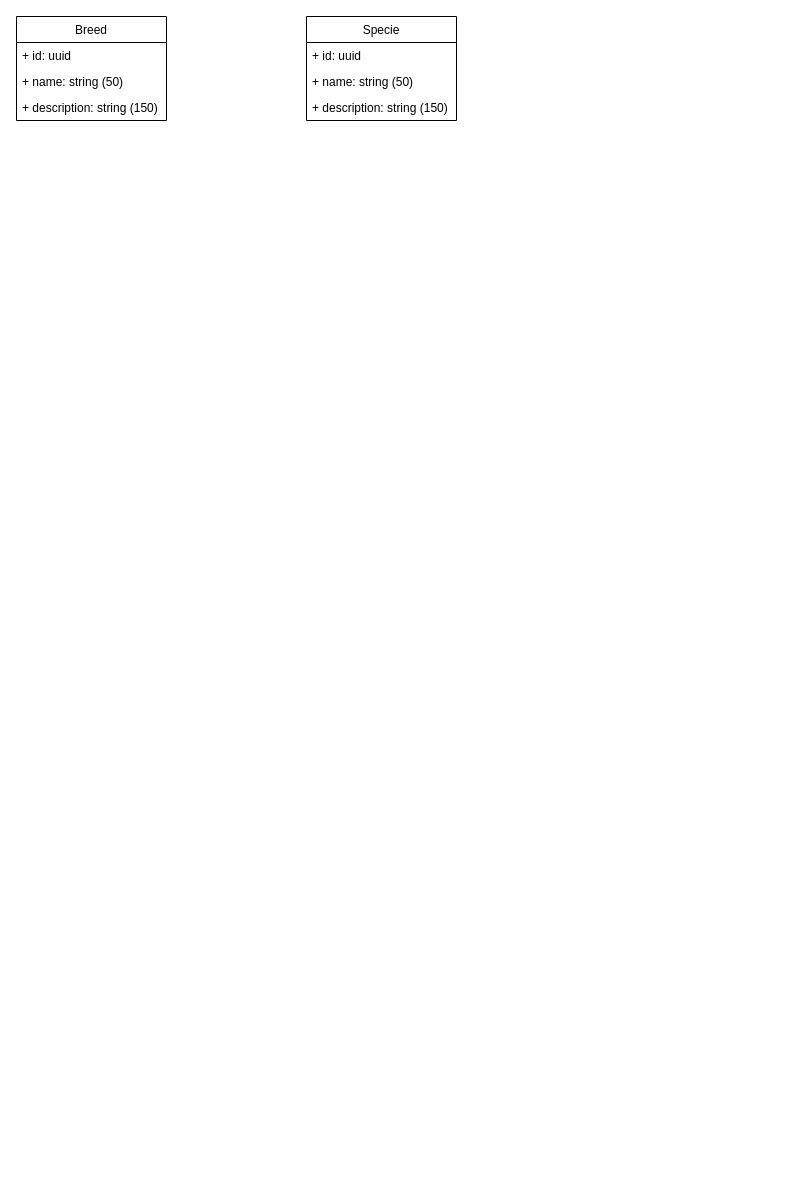
infopontes/dsleish keeps this draw.io diagram as Documents/Diagrama.drawio. Above is the earlier version. Source tidied: cells renumbered, new cells numbered last; positions are measured from the earlier drawing's top-left corner, leaving out a move shared by most shapes. Both pictures are drawn from the tidied source at 100%, with x=0, y=0 at pixel (16, 16).
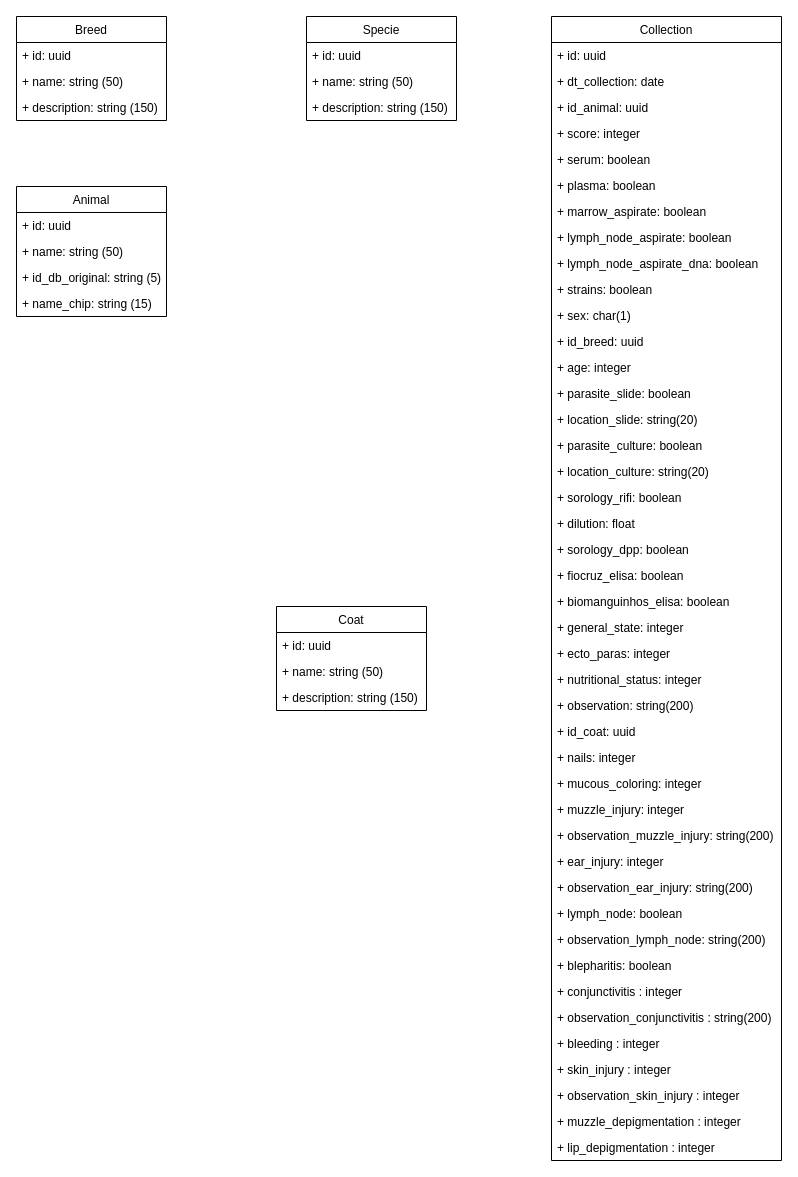
Above is the later version.

Commit message (it also covers changes not shown here):
Change apps Breed and Specie.

The edit, as a diff of the source:
```diff
@@
+    <mxCell id="10" value="Animal" style="swimlane;fontStyle=0;horizontal=1;startSize=26;fillColor=none;" parent="1" vertex="1">
+      <mxGeometry y="170" width="150" height="130" as="geometry" />
+    </mxCell>
+    <mxCell id="11" value="+ id: uuid" style="text;strokeColor=none;fillColor=none;align=left;verticalAlign=top;spacingLeft=4;spacingRight=4;overflow=hidden;" parent="10" vertex="1">
+      <mxGeometry y="26" width="150" height="26" as="geometry" />
+    </mxCell>
+    <mxCell id="12" value="+ name: string (50)" style="text;strokeColor=none;fillColor=none;align=left;verticalAlign=top;spacingLeft=4;spacingRight=4;overflow=hidden;" parent="10" vertex="1">
+      <mxGeometry y="52" width="150" height="26" as="geometry" />
+    </mxCell>
+    <mxCell id="13" value="+ id_db_original: string (5)" style="text;strokeColor=none;fillColor=none;align=left;verticalAlign=top;spacingLeft=4;spacingRight=4;overflow=hidden;" parent="10" vertex="1">
+      <mxGeometry y="78" width="150" height="26" as="geometry" />
+    </mxCell>
+    <mxCell id="14" value="+ name_chip: string (15)" style="text;strokeColor=none;fillColor=none;align=left;verticalAlign=top;spacingLeft=4;spacingRight=4;overflow=hidden;" parent="10" vertex="1">
+      <mxGeometry y="104" width="150" height="26" as="geometry" />
+    </mxCell>
+    <mxCell id="15" value="Collection" style="swimlane;fontStyle=0;horizontal=1;startSize=26;fillColor=none;" parent="1" vertex="1">
+      <mxGeometry x="535" width="230" height="1144" as="geometry" />
+    </mxCell>
+    <mxCell id="16" value="+ id: uuid" style="text;strokeColor=none;fillColor=none;align=left;verticalAlign=top;spacingLeft=4;spacingRight=4;overflow=hidden;" parent="15" vertex="1">
+      <mxGeometry y="26" width="230" height="26" as="geometry" />
+    </mxCell>
+    <mxCell id="17" value="+ dt_collection: date" style="text;strokeColor=none;fillColor=none;align=left;verticalAlign=top;spacingLeft=4;spacingRight=4;overflow=hidden;" parent="15" vertex="1">
+      <mxGeometry y="52" width="230" height="26" as="geometry" />
+    </mxCell>
+    <mxCell id="18" value="+ id_animal: uuid" style="text;strokeColor=none;fillColor=none;align=left;verticalAlign=top;spacingLeft=4;spacingRight=4;overflow=hidden;" parent="15" vertex="1">
+      <mxGeometry y="78" width="230" height="26" as="geometry" />
+    </mxCell>
+    <mxCell id="19" value="+ score: integer" style="text;strokeColor=none;fillColor=none;align=left;verticalAlign=top;spacingLeft=4;spacingRight=4;overflow=hidden;" parent="15" vertex="1">
+      <mxGeometry y="104" width="230" height="26" as="geometry" />
+    </mxCell>
+    <mxCell id="20" value="+ serum: boolean" style="text;strokeColor=none;fillColor=none;align=left;verticalAlign=top;spacingLeft=4;spacingRight=4;overflow=hidden;" parent="15" vertex="1">
+      <mxGeometry y="130" width="230" height="26" as="geometry" />
+    </mxCell>
+    <mxCell id="21" value="+ plasma: boolean" style="text;strokeColor=none;fillColor=none;align=left;verticalAlign=top;spacingLeft=4;spacingRight=4;overflow=hidden;" parent="15" vertex="1">
+      <mxGeometry y="156" width="230" height="26" as="geometry" />
+    </mxCell>
+    <mxCell id="22" value="+ marrow_aspirate: boolean" style="text;strokeColor=none;fillColor=none;align=left;verticalAlign=top;spacingLeft=4;spacingRight=4;overflow=hidden;" parent="15" vertex="1">
+      <mxGeometry y="182" width="230" height="26" as="geometry" />
+    </mxCell>
+    <mxCell id="23" value="+ lymph_node_aspirate: boolean" style="text;strokeColor=none;fillColor=none;align=left;verticalAlign=top;spacingLeft=4;spacingRight=4;overflow=hidden;" parent="15" vertex="1">
+      <mxGeometry y="208" width="230" height="26" as="geometry" />
+    </mxCell>
+    <mxCell id="24" value="+ lymph_node_aspirate_dna: boolean" style="text;strokeColor=none;fillColor=none;align=left;verticalAlign=top;spacingLeft=4;spacingRight=4;overflow=hidden;" parent="15" vertex="1">
+      <mxGeometry y="234" width="230" height="26" as="geometry" />
+    </mxCell>
+    <mxCell id="25" value="+ strains: boolean" style="text;strokeColor=none;fillColor=none;align=left;verticalAlign=top;spacingLeft=4;spacingRight=4;overflow=hidden;" parent="15" vertex="1">
+      <mxGeometry y="260" width="230" height="26" as="geometry" />
+    </mxCell>
+    <mxCell id="26" value="+ sex: char(1)" style="text;strokeColor=none;fillColor=none;align=left;verticalAlign=top;spacingLeft=4;spacingRight=4;overflow=hidden;" parent="15" vertex="1">
+      <mxGeometry y="286" width="230" height="26" as="geometry" />
+    </mxCell>
+    <mxCell id="27" value="+ id_breed: uuid" style="text;strokeColor=none;fillColor=none;align=left;verticalAlign=top;spacingLeft=4;spacingRight=4;overflow=hidden;" parent="15" vertex="1">
+      <mxGeometry y="312" width="230" height="26" as="geometry" />
+    </mxCell>
+    <mxCell id="28" value="+ age: integer" style="text;strokeColor=none;fillColor=none;align=left;verticalAlign=top;spacingLeft=4;spacingRight=4;overflow=hidden;" parent="15" vertex="1">
+      <mxGeometry y="338" width="230" height="26" as="geometry" />
+    </mxCell>
+    <mxCell id="29" value="+ parasite_slide: boolean" style="text;strokeColor=none;fillColor=none;align=left;verticalAlign=top;spacingLeft=4;spacingRight=4;overflow=hidden;" parent="15" vertex="1">
+      <mxGeometry y="364" width="230" height="26" as="geometry" />
+    </mxCell>
+    <mxCell id="30" value="+ location_slide: string(20)" style="text;strokeColor=none;fillColor=none;align=left;verticalAlign=top;spacingLeft=4;spacingRight=4;overflow=hidden;" parent="15" vertex="1">
+      <mxGeometry y="390" width="230" height="26" as="geometry" />
+    </mxCell>
+    <mxCell id="31" value="+ parasite_culture: boolean" style="text;strokeColor=none;fillColor=none;align=left;verticalAlign=top;spacingLeft=4;spacingRight=4;overflow=hidden;" parent="15" vertex="1">
+      <mxGeometry y="416" width="230" height="26" as="geometry" />
+    </mxCell>
+    <mxCell id="32" value="+ location_culture: string(20)" style="text;strokeColor=none;fillColor=none;align=left;verticalAlign=top;spacingLeft=4;spacingRight=4;overflow=hidden;" parent="15" vertex="1">
+      <mxGeometry y="442" width="230" height="26" as="geometry" />
+    </mxCell>
+    <mxCell id="33" value="+ sorology_rifi: boolean" style="text;strokeColor=none;fillColor=none;align=left;verticalAlign=top;spacingLeft=4;spacingRight=4;overflow=hidden;" parent="15" vertex="1">
+      <mxGeometry y="468" width="230" height="26" as="geometry" />
+    </mxCell>
+    <mxCell id="34" value="+ dilution: float" style="text;strokeColor=none;fillColor=none;align=left;verticalAlign=top;spacingLeft=4;spacingRight=4;overflow=hidden;" parent="15" vertex="1">
+      <mxGeometry y="494" width="230" height="26" as="geometry" />
+    </mxCell>
+    <mxCell id="35" value="+ sorology_dpp: boolean" style="text;strokeColor=none;fillColor=none;align=left;verticalAlign=top;spacingLeft=4;spacingRight=4;overflow=hidden;" parent="15" vertex="1">
+      <mxGeometry y="520" width="230" height="26" as="geometry" />
+    </mxCell>
+    <mxCell id="36" value="+ fiocruz_elisa: boolean" style="text;strokeColor=none;fillColor=none;align=left;verticalAlign=top;spacingLeft=4;spacingRight=4;overflow=hidden;" parent="15" vertex="1">
+      <mxGeometry y="546" width="230" height="26" as="geometry" />
+    </mxCell>
+    <mxCell id="37" value="+ biomanguinhos_elisa: boolean" style="text;strokeColor=none;fillColor=none;align=left;verticalAlign=top;spacingLeft=4;spacingRight=4;overflow=hidden;" parent="15" vertex="1">
+      <mxGeometry y="572" width="230" height="26" as="geometry" />
+    </mxCell>
+    <mxCell id="38" value="+ general_state: integer" style="text;strokeColor=none;fillColor=none;align=left;verticalAlign=top;spacingLeft=4;spacingRight=4;overflow=hidden;" parent="15" vertex="1">
+      <mxGeometry y="598" width="230" height="26" as="geometry" />
+    </mxCell>
+    <mxCell id="39" value="+ ecto_paras: integer" style="text;strokeColor=none;fillColor=none;align=left;verticalAlign=top;spacingLeft=4;spacingRight=4;overflow=hidden;" parent="15" vertex="1">
+      <mxGeometry y="624" width="230" height="26" as="geometry" />
+    </mxCell>
+    <mxCell id="40" value="+ nutritional_status: integer" style="text;strokeColor=none;fillColor=none;align=left;verticalAlign=top;spacingLeft=4;spacingRight=4;overflow=hidden;" parent="15" vertex="1">
+      <mxGeometry y="650" width="230" height="26" as="geometry" />
+    </mxCell>
+    <mxCell id="41" value="+ observation: string(200)" style="text;strokeColor=none;fillColor=none;align=left;verticalAlign=top;spacingLeft=4;spacingRight=4;overflow=hidden;" parent="15" vertex="1">
+      <mxGeometry y="676" width="230" height="26" as="geometry" />
+    </mxCell>
+    <mxCell id="42" value="+ id_coat: uuid" style="text;strokeColor=none;fillColor=none;align=left;verticalAlign=top;spacingLeft=4;spacingRight=4;overflow=hidden;" parent="15" vertex="1">
+      <mxGeometry y="702" width="230" height="26" as="geometry" />
+    </mxCell>
+    <mxCell id="43" value="+ nails: integer" style="text;strokeColor=none;fillColor=none;align=left;verticalAlign=top;spacingLeft=4;spacingRight=4;overflow=hidden;" parent="15" vertex="1">
+      <mxGeometry y="728" width="230" height="26" as="geometry" />
+    </mxCell>
+    <mxCell id="44" value="+ mucous_coloring: integer" style="text;strokeColor=none;fillColor=none;align=left;verticalAlign=top;spacingLeft=4;spacingRight=4;overflow=hidden;" parent="15" vertex="1">
+      <mxGeometry y="754" width="230" height="26" as="geometry" />
+    </mxCell>
+    <mxCell id="45" value="+ muzzle_injury: integer" style="text;strokeColor=none;fillColor=none;align=left;verticalAlign=top;spacingLeft=4;spacingRight=4;overflow=hidden;" parent="15" vertex="1">
+      <mxGeometry y="780" width="230" height="26" as="geometry" />
+    </mxCell>
+    <mxCell id="46" value="+ observation_muzzle_injury: string(200)" style="text;strokeColor=none;fillColor=none;align=left;verticalAlign=top;spacingLeft=4;spacingRight=4;overflow=hidden;" parent="15" vertex="1">
+      <mxGeometry y="806" width="230" height="26" as="geometry" />
+    </mxCell>
+    <mxCell id="47" value="+ ear_injury: integer" style="text;strokeColor=none;fillColor=none;align=left;verticalAlign=top;spacingLeft=4;spacingRight=4;overflow=hidden;" parent="15" vertex="1">
+      <mxGeometry y="832" width="230" height="26" as="geometry" />
+    </mxCell>
+    <mxCell id="48" value="+ observation_ear_injury: string(200)" style="text;strokeColor=none;fillColor=none;align=left;verticalAlign=top;spacingLeft=4;spacingRight=4;overflow=hidden;" parent="15" vertex="1">
+      <mxGeometry y="858" width="230" height="26" as="geometry" />
+    </mxCell>
+    <mxCell id="49" value="+ lymph_node: boolean" style="text;strokeColor=none;fillColor=none;align=left;verticalAlign=top;spacingLeft=4;spacingRight=4;overflow=hidden;" parent="15" vertex="1">
+      <mxGeometry y="884" width="230" height="26" as="geometry" />
+    </mxCell>
+    <mxCell id="50" value="+ observation_lymph_node: string(200)" style="text;strokeColor=none;fillColor=none;align=left;verticalAlign=top;spacingLeft=4;spacingRight=4;overflow=hidden;" parent="15" vertex="1">
+      <mxGeometry y="910" width="230" height="26" as="geometry" />
+    </mxCell>
+    <mxCell id="51" value="+ blepharitis: boolean" style="text;strokeColor=none;fillColor=none;align=left;verticalAlign=top;spacingLeft=4;spacingRight=4;overflow=hidden;" parent="15" vertex="1">
+      <mxGeometry y="936" width="230" height="26" as="geometry" />
+    </mxCell>
+    <mxCell id="52" value="+ conjunctivitis : integer" style="text;strokeColor=none;fillColor=none;align=left;verticalAlign=top;spacingLeft=4;spacingRight=4;overflow=hidden;" parent="15" vertex="1">
+      <mxGeometry y="962" width="230" height="26" as="geometry" />
+    </mxCell>
+    <mxCell id="53" value="+ observation_conjunctivitis : string(200)" style="text;strokeColor=none;fillColor=none;align=left;verticalAlign=top;spacingLeft=4;spacingRight=4;overflow=hidden;" parent="15" vertex="1">
+      <mxGeometry y="988" width="230" height="26" as="geometry" />
+    </mxCell>
+    <mxCell id="54" value="+ bleeding : integer" style="text;strokeColor=none;fillColor=none;align=left;verticalAlign=top;spacingLeft=4;spacingRight=4;overflow=hidden;" parent="15" vertex="1">
+      <mxGeometry y="1014" width="230" height="26" as="geometry" />
+    </mxCell>
+    <mxCell id="55" value="+ skin_injury : integer" style="text;strokeColor=none;fillColor=none;align=left;verticalAlign=top;spacingLeft=4;spacingRight=4;overflow=hidden;" parent="15" vertex="1">
+      <mxGeometry y="1040" width="230" height="26" as="geometry" />
+    </mxCell>
+    <mxCell id="56" value="+ observation_skin_injury : integer" style="text;strokeColor=none;fillColor=none;align=left;verticalAlign=top;spacingLeft=4;spacingRight=4;overflow=hidden;" parent="15" vertex="1">
+      <mxGeometry y="1066" width="230" height="26" as="geometry" />
+    </mxCell>
+    <mxCell id="57" value="+ muzzle_depigmentation : integer" style="text;strokeColor=none;fillColor=none;align=left;verticalAlign=top;spacingLeft=4;spacingRight=4;overflow=hidden;" parent="15" vertex="1">
+      <mxGeometry y="1092" width="230" height="26" as="geometry" />
+    </mxCell>
+    <mxCell id="58" value="+ lip_depigmentation : integer" style="text;strokeColor=none;fillColor=none;align=left;verticalAlign=top;spacingLeft=4;spacingRight=4;overflow=hidden;" parent="15" vertex="1">
+      <mxGeometry y="1118" width="230" height="26" as="geometry" />
+    </mxCell>
+    <mxCell id="59" value="Coat" style="swimlane;fontStyle=0;horizontal=1;startSize=26;fillColor=none;" parent="1" vertex="1">
+      <mxGeometry x="260" y="590" width="150" height="104" as="geometry" />
+    </mxCell>
+    <mxCell id="60" value="+ id: uuid" style="text;strokeColor=none;fillColor=none;align=left;verticalAlign=top;spacingLeft=4;spacingRight=4;overflow=hidden;" parent="59" vertex="1">
+      <mxGeometry y="26" width="150" height="26" as="geometry" />
+    </mxCell>
+    <mxCell id="61" value="+ name: string (50)" style="text;strokeColor=none;fillColor=none;align=left;verticalAlign=top;spacingLeft=4;spacingRight=4;overflow=hidden;" parent="59" vertex="1">
+      <mxGeometry y="52" width="150" height="26" as="geometry" />
+    </mxCell>
+    <mxCell id="62" value="+ description: string (150)" style="text;strokeColor=none;fillColor=none;align=left;verticalAlign=top;spacingLeft=4;spacingRight=4;overflow=hidden;" parent="59" vertex="1">
+      <mxGeometry y="78" width="150" height="26" as="geometry" />
+    </mxCell>
```
